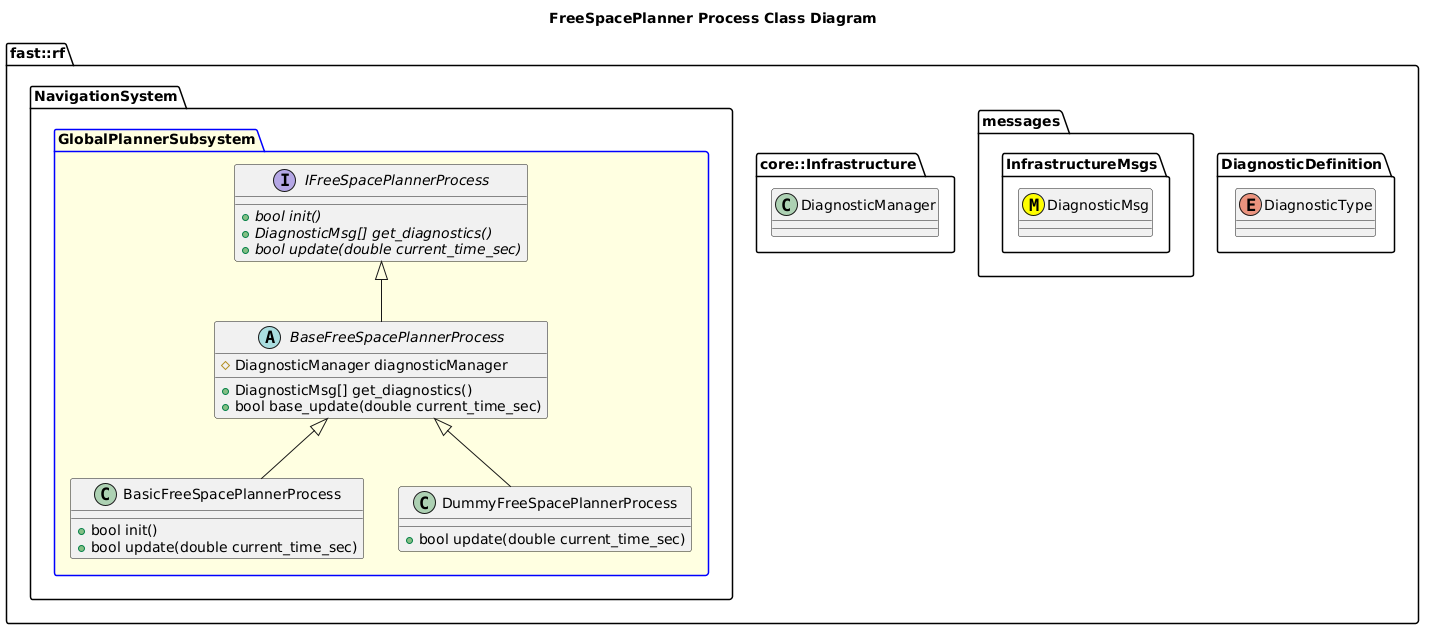
Above: Systems/Navigation/Subsystems/GlobalPlanner/Processes/FreeSpacePlanner/doc/puml/FreeSpacePlannerProcessClassDiagram.png in fastrobotics/robot_framework (PlantUML), before the change.
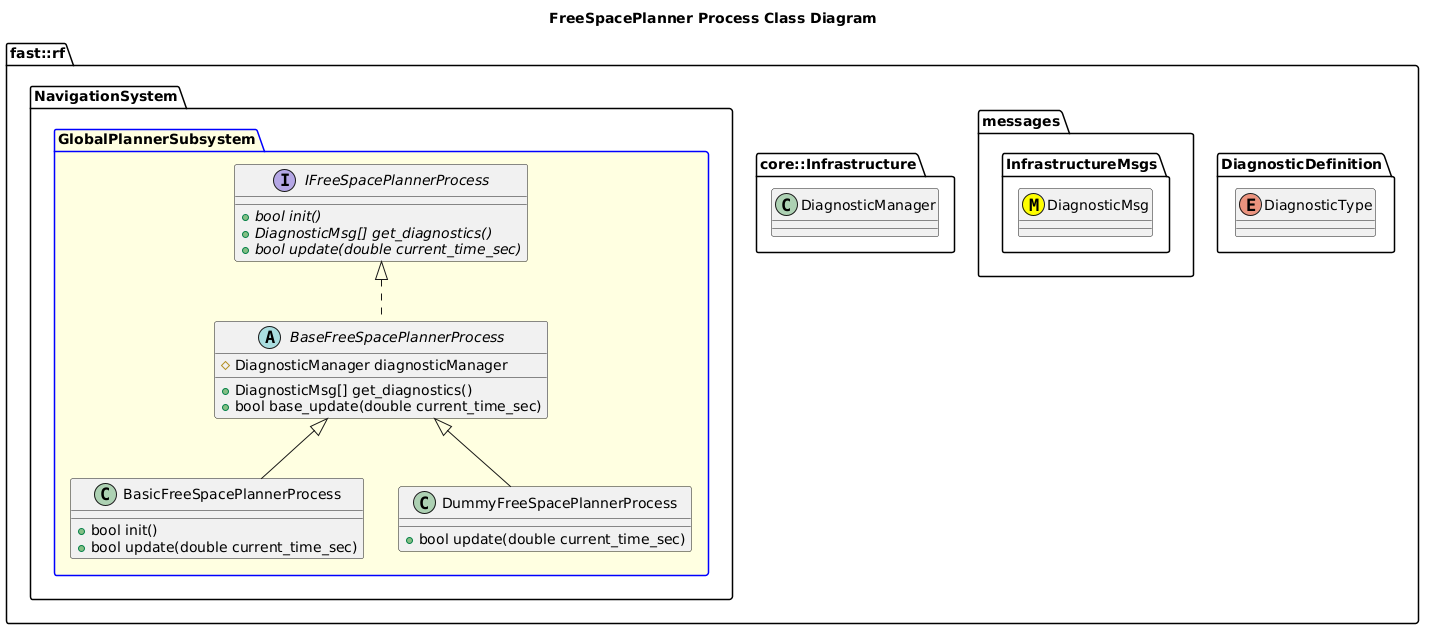
The same diagram one commit later.

The edit, as a diff of the source:
```diff
@@ -27,7 +27,7 @@
           #DiagnosticManager diagnosticManager
 
         }
-        BaseFreeSpacePlannerProcess -up-|> IFreeSpacePlannerProcess
+        BaseFreeSpacePlannerProcess .up.|> IFreeSpacePlannerProcess
         class BasicFreeSpacePlannerProcess {
           +bool init()
           +bool update(double current_time_sec)
```
